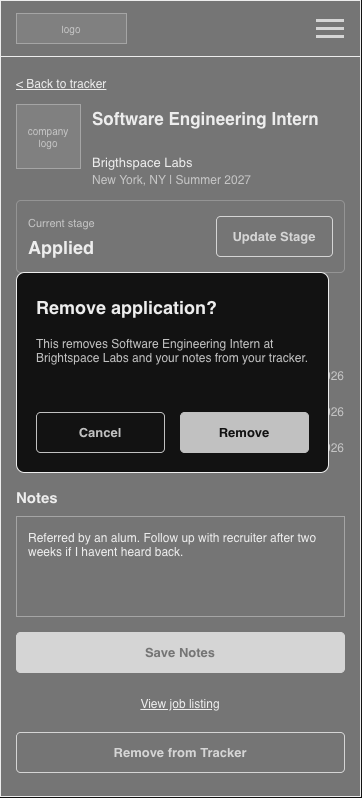
Before: ux-design/wireframes-18-application-details-remove.drawio.png, a diagram exported from draw.io (agile-students-fall2026/CareerHive). Source tidied: cells renumbered, new cells last; positions are measured from the earlier drawing's top-left corner, leaving out a move shared by most shapes. Its diagram source:
```xml
<mxGraphModel>
  <root>
    <mxCell id="0" />
    <mxCell id="1" parent="0" />
    <mxCell id="2" style="html=1;whiteSpace=wrap;fontFamily=Helvetica;rounded=0;fillColor=#FFFFFF;strokeColor=#000000;" parent="1" vertex="1">
      <mxGeometry width="360" height="796" as="geometry" />
    </mxCell>
    <mxCell id="3" value="logo" style="html=1;whiteSpace=wrap;fontFamily=Helvetica;rounded=0;fillColor=#E6E6E6;strokeColor=#999999;fontColor=#555555;fontSize=10;" parent="1" vertex="1">
      <mxGeometry x="16" y="13" width="110" height="30" as="geometry" />
    </mxCell>
    <mxCell id="4" style="html=1;whiteSpace=wrap;fontFamily=Helvetica;rounded=0;fillColor=#333333;strokeColor=none;" parent="1" vertex="1">
      <mxGeometry x="316" y="19" width="28" height="3" as="geometry" />
    </mxCell>
    <mxCell id="5" style="html=1;whiteSpace=wrap;fontFamily=Helvetica;rounded=0;fillColor=#333333;strokeColor=none;" parent="1" vertex="1">
      <mxGeometry x="316" y="27" width="28" height="3" as="geometry" />
    </mxCell>
    <mxCell id="6" style="html=1;whiteSpace=wrap;fontFamily=Helvetica;rounded=0;fillColor=#333333;strokeColor=none;" parent="1" vertex="1">
      <mxGeometry x="316" y="35" width="28" height="3" as="geometry" />
    </mxCell>
    <mxCell id="7" style="html=1;whiteSpace=wrap;fontFamily=Helvetica;fillColor=#000000;strokeColor=none;" parent="1" vertex="1">
      <mxGeometry y="56" width="360" height="1" as="geometry" />
    </mxCell>
    <mxCell id="8" value="&amp;lt; Back to tracker" style="html=1;whiteSpace=wrap;fontFamily=Helvetica;text;strokeColor=none;fillColor=none;spacing=0;overflow=visible;fontSize=12;fontStyle=4;fontColor=#000000;align=left;verticalAlign=top;" parent="1" vertex="1">
      <mxGeometry x="16" y="72" width="200" height="16" as="geometry" />
    </mxCell>
    <mxCell id="9" value="company logo" style="html=1;whiteSpace=wrap;fontFamily=Helvetica;rounded=0;fillColor=#E6E6E6;strokeColor=#999999;fontColor=#555555;fontSize=10;" parent="1" vertex="1">
      <mxGeometry x="16" y="104" width="64" height="64" as="geometry" />
    </mxCell>
    <mxCell id="10" value="Software Engineering Intern" style="html=1;whiteSpace=wrap;fontFamily=Helvetica;text;strokeColor=none;fillColor=none;spacing=0;overflow=visible;fontSize=17;fontStyle=1;fontColor=#000000;align=left;verticalAlign=top;" parent="1" vertex="1">
      <mxGeometry x="92" y="104" width="252" height="44" as="geometry" />
    </mxCell>
    <mxCell id="11" value="Brigthspace Labs" style="html=1;whiteSpace=wrap;fontFamily=Helvetica;text;strokeColor=none;fillColor=none;spacing=0;overflow=visible;fontSize=13;fontStyle=0;fontColor=#000000;align=left;verticalAlign=top;" parent="1" vertex="1">
      <mxGeometry x="92" y="150" width="252" height="16" as="geometry" />
    </mxCell>
    <mxCell id="12" value="New York, NY | Summer 2027" style="html=1;whiteSpace=wrap;fontFamily=Helvetica;text;strokeColor=none;fillColor=none;spacing=0;overflow=visible;fontSize=12;fontStyle=0;fontColor=#555555;align=left;verticalAlign=top;" parent="1" vertex="1">
      <mxGeometry x="92" y="168" width="252" height="16" as="geometry" />
    </mxCell>
    <mxCell id="13" style="html=1;whiteSpace=wrap;fontFamily=Helvetica;rounded=1;arcSize=6;absoluteArcSize=0;fillColor=#FFFFFF;strokeColor=#BBBBBB;" parent="1" vertex="1">
      <mxGeometry x="16" y="200" width="328" height="72" as="geometry" />
    </mxCell>
    <mxCell id="14" value="Current stage" style="html=1;whiteSpace=wrap;fontFamily=Helvetica;text;strokeColor=none;fillColor=none;spacing=0;overflow=visible;fontSize=11;fontStyle=0;fontColor=#555555;align=left;verticalAlign=top;" parent="1" vertex="1">
      <mxGeometry x="28" y="212" width="150" height="16" as="geometry" />
    </mxCell>
    <mxCell id="15" value="Applied" style="html=1;whiteSpace=wrap;fontFamily=Helvetica;text;strokeColor=none;fillColor=none;spacing=0;overflow=visible;fontSize=18;fontStyle=1;fontColor=#000000;align=left;verticalAlign=top;" parent="1" vertex="1">
      <mxGeometry x="28" y="232" width="150" height="24" as="geometry" />
    </mxCell>
    <mxCell id="16" value="Update Stage" style="html=1;whiteSpace=wrap;fontFamily=Helvetica;rounded=1;arcSize=10;fontSize=13;fontStyle=1;fillColor=#FFFFFF;strokeColor=#333333;fontColor=#333333;" parent="1" vertex="1">
      <mxGeometry x="216" y="216" width="116" height="40" as="geometry" />
    </mxCell>
    <mxCell id="17" value="Deadline" style="html=1;whiteSpace=wrap;fontFamily=Helvetica;text;strokeColor=none;fillColor=none;spacing=0;overflow=visible;fontSize=12;fontStyle=0;fontColor=#555555;align=left;verticalAlign=top;" parent="1" vertex="1">
      <mxGeometry x="16" y="292" width="100" height="16" as="geometry" />
    </mxCell>
    <mxCell id="18" value="Oct 28, 2026 | 11 days left" style="html=1;whiteSpace=wrap;fontFamily=Helvetica;text;strokeColor=none;fillColor=none;spacing=0;overflow=visible;fontSize=12;fontStyle=1;fontColor=#000000;align=left;verticalAlign=top;" parent="1" vertex="1">
      <mxGeometry x="124" y="292" width="220" height="16" as="geometry" />
    </mxCell>
    <mxCell id="19" value="Stage History" style="html=1;whiteSpace=wrap;fontFamily=Helvetica;text;strokeColor=none;fillColor=none;spacing=0;overflow=visible;fontSize=15;fontStyle=1;fontColor=#000000;align=left;verticalAlign=top;" parent="1" vertex="1">
      <mxGeometry x="16" y="332" width="328" height="20" as="geometry" />
    </mxCell>
    <mxCell id="20" style="html=1;whiteSpace=wrap;fontFamily=Helvetica;rounded=0;fillColor=#CCCCCC;strokeColor=none;" parent="1" vertex="1">
      <mxGeometry x="20" y="372" width="2" height="72" as="geometry" />
    </mxCell>
    <mxCell id="21" style="html=1;whiteSpace=wrap;fontFamily=Helvetica;ellipse;fillColor=#333333;strokeColor=none;" parent="1" vertex="1">
      <mxGeometry x="16" y="368" width="10" height="10" as="geometry" />
    </mxCell>
    <mxCell id="22" value="Applied" style="html=1;whiteSpace=wrap;fontFamily=Helvetica;text;strokeColor=none;fillColor=none;spacing=0;overflow=visible;fontSize=13;fontStyle=1;fontColor=#000000;align=left;verticalAlign=top;" parent="1" vertex="1">
      <mxGeometry x="38" y="364" width="150" height="18" as="geometry" />
    </mxCell>
    <mxCell id="23" value="Oct 10, 2026" style="html=1;whiteSpace=wrap;fontFamily=Helvetica;text;strokeColor=none;fillColor=none;spacing=0;overflow=visible;fontSize=12;fontStyle=0;fontColor=#555555;align=right;verticalAlign=top;" parent="1" vertex="1">
      <mxGeometry x="224" y="364" width="120" height="18" as="geometry" />
    </mxCell>
    <mxCell id="24" style="html=1;whiteSpace=wrap;fontFamily=Helvetica;ellipse;fillColor=#333333;strokeColor=none;" parent="1" vertex="1">
      <mxGeometry x="16" y="404" width="10" height="10" as="geometry" />
    </mxCell>
    <mxCell id="25" value="Preparing" style="html=1;whiteSpace=wrap;fontFamily=Helvetica;text;strokeColor=none;fillColor=none;spacing=0;overflow=visible;fontSize=13;fontStyle=1;fontColor=#000000;align=left;verticalAlign=top;" parent="1" vertex="1">
      <mxGeometry x="38" y="400" width="150" height="18" as="geometry" />
    </mxCell>
    <mxCell id="26" value="Oct 5, 2026" style="html=1;whiteSpace=wrap;fontFamily=Helvetica;text;strokeColor=none;fillColor=none;spacing=0;overflow=visible;fontSize=12;fontStyle=0;fontColor=#555555;align=right;verticalAlign=top;" parent="1" vertex="1">
      <mxGeometry x="224" y="400" width="120" height="18" as="geometry" />
    </mxCell>
    <mxCell id="27" style="html=1;whiteSpace=wrap;fontFamily=Helvetica;ellipse;fillColor=#333333;strokeColor=none;" parent="1" vertex="1">
      <mxGeometry x="16" y="440" width="10" height="10" as="geometry" />
    </mxCell>
    <mxCell id="28" value="Saved" style="html=1;whiteSpace=wrap;fontFamily=Helvetica;text;strokeColor=none;fillColor=none;spacing=0;overflow=visible;fontSize=13;fontStyle=1;fontColor=#000000;align=left;verticalAlign=top;" parent="1" vertex="1">
      <mxGeometry x="38" y="436" width="150" height="18" as="geometry" />
    </mxCell>
    <mxCell id="29" value="Oct 2, 2026" style="html=1;whiteSpace=wrap;fontFamily=Helvetica;text;strokeColor=none;fillColor=none;spacing=0;overflow=visible;fontSize=12;fontStyle=0;fontColor=#555555;align=right;verticalAlign=top;" parent="1" vertex="1">
      <mxGeometry x="224" y="436" width="120" height="18" as="geometry" />
    </mxCell>
    <mxCell id="30" value="Notes" style="html=1;whiteSpace=wrap;fontFamily=Helvetica;text;strokeColor=none;fillColor=none;spacing=0;overflow=visible;fontSize=15;fontStyle=1;fontColor=#000000;align=left;verticalAlign=top;" parent="1" vertex="1">
      <mxGeometry x="16" y="484" width="328" height="20" as="geometry" />
    </mxCell>
    <mxCell id="31" value="Referred by an alum. Follow up with recruiter after two weeks if I havent heard back." style="html=1;whiteSpace=wrap;fontFamily=Helvetica;rounded=0;fillColor=#FFFFFF;strokeColor=#999999;align=left;verticalAlign=top;spacingLeft=10;spacingTop=8;spacingRight=10;fontSize=12;fontColor=#000000;" parent="1" vertex="1">
      <mxGeometry x="16" y="516" width="328" height="100" as="geometry" />
    </mxCell>
    <mxCell id="32" value="Save Notes" style="html=1;whiteSpace=wrap;fontFamily=Helvetica;rounded=1;arcSize=10;fontSize=13;fontStyle=1;fillColor=#333333;strokeColor=#333333;fontColor=#FFFFFF;" parent="1" vertex="1">
      <mxGeometry x="16" y="632" width="328" height="40" as="geometry" />
    </mxCell>
    <mxCell id="33" value="View job listing" style="html=1;whiteSpace=wrap;fontFamily=Helvetica;text;strokeColor=none;fillColor=none;spacing=0;overflow=visible;fontSize=12;fontStyle=4;fontColor=#000000;align=center;verticalAlign=top;" parent="1" vertex="1">
      <mxGeometry x="16" y="692" width="328" height="18" as="geometry" />
    </mxCell>
    <mxCell id="34" value="Remove from Tracker" style="html=1;whiteSpace=wrap;fontFamily=Helvetica;rounded=1;arcSize=10;fontSize=13;fontStyle=1;fillColor=#FFFFFF;strokeColor=#333333;fontColor=#333333;" parent="1" vertex="1">
      <mxGeometry x="16" y="732" width="328" height="40" as="geometry" />
    </mxCell>
    <mxCell id="35" style="html=1;whiteSpace=wrap;fontFamily=Helvetica;rounded=0;fillColor=#000000;strokeColor=none;opacity=45;" parent="1" vertex="1">
      <mxGeometry width="360" height="796" as="geometry" />
    </mxCell>
    <mxCell id="36" style="group;" parent="1" vertex="1">
      <mxGeometry x="16" y="272" width="312" height="200" as="geometry" />
    </mxCell>
    <mxCell id="37" style="html=1;whiteSpace=wrap;fontFamily=Helvetica;rounded=1;arcSize=4;fillColor=#FFFFFF;strokeColor=#000000;" parent="36" vertex="1">
      <mxGeometry width="312" height="200" as="geometry" />
    </mxCell>
    <mxCell id="38" value="Remove application?" style="html=1;whiteSpace=wrap;fontFamily=Helvetica;text;strokeColor=none;fillColor=none;spacing=0;overflow=visible;fontSize=18;fontStyle=1;fontColor=#000000;align=left;verticalAlign=top;" parent="36" vertex="1">
      <mxGeometry x="20" y="20" width="212" height="24" as="geometry" />
    </mxCell>
    <mxCell id="39" value="This removes Software Engineering Intern at Brightspace Labs and your notes from your tracker." style="html=1;whiteSpace=wrap;fontFamily=Helvetica;text;strokeColor=none;fillColor=none;spacing=0;overflow=visible;fontSize=12;fontStyle=0;fontColor=#333333;align=left;verticalAlign=top;" parent="36" vertex="1">
      <mxGeometry x="20" y="60" width="272" height="54" as="geometry" />
    </mxCell>
    <mxCell id="40" value="Cancel" style="html=1;whiteSpace=wrap;fontFamily=Helvetica;rounded=1;arcSize=10;fontSize=13;fontStyle=1;fillColor=#FFFFFF;strokeColor=#333333;fontColor=#333333;" parent="36" vertex="1">
      <mxGeometry x="20" y="140" width="128" height="40" as="geometry" />
    </mxCell>
    <mxCell id="41" value="Remove" style="html=1;whiteSpace=wrap;fontFamily=Helvetica;rounded=1;arcSize=10;fontSize=13;fontStyle=1;fillColor=#333333;strokeColor=#333333;fontColor=#FFFFFF;" parent="36" vertex="1">
      <mxGeometry x="164" y="140" width="128" height="40" as="geometry" />
    </mxCell>
  </root>
</mxGraphModel>
```
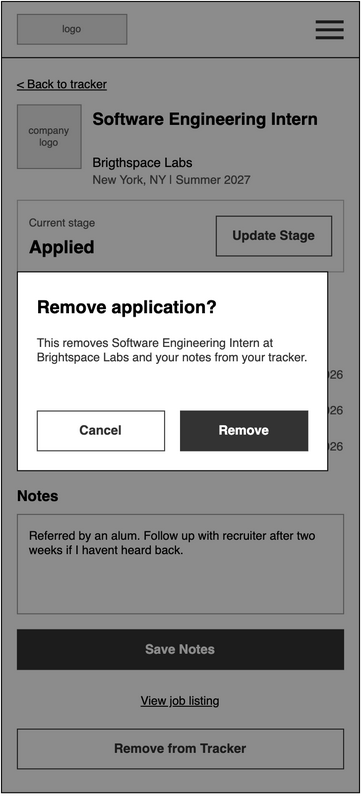
After the change.

What changed in the source:
```diff
@@ -35,7 +35,7 @@
     <mxCell id="12" value="New York, NY | Summer 2027" style="html=1;whiteSpace=wrap;fontFamily=Helvetica;text;strokeColor=none;fillColor=none;spacing=0;overflow=visible;fontSize=12;fontStyle=0;fontColor=#555555;align=left;verticalAlign=top;" parent="1" vertex="1">
       <mxGeometry x="92" y="168" width="252" height="16" as="geometry" />
     </mxCell>
-    <mxCell id="13" style="html=1;whiteSpace=wrap;fontFamily=Helvetica;rounded=1;arcSize=6;absoluteArcSize=0;fillColor=#FFFFFF;strokeColor=#BBBBBB;" parent="1" vertex="1">
+    <mxCell id="13" style="html=1;whiteSpace=wrap;fontFamily=Helvetica;rounded=0;arcSize=0;absoluteArcSize=0;fillColor=#FFFFFF;strokeColor=#BBBBBB;" parent="1" vertex="1">
       <mxGeometry x="16" y="200" width="328" height="72" as="geometry" />
     </mxCell>
     <mxCell id="14" value="Current stage" style="html=1;whiteSpace=wrap;fontFamily=Helvetica;text;strokeColor=none;fillColor=none;spacing=0;overflow=visible;fontSize=11;fontStyle=0;fontColor=#555555;align=left;verticalAlign=top;" parent="1" vertex="1">
@@ -44,7 +44,7 @@
     <mxCell id="15" value="Applied" style="html=1;whiteSpace=wrap;fontFamily=Helvetica;text;strokeColor=none;fillColor=none;spacing=0;overflow=visible;fontSize=18;fontStyle=1;fontColor=#000000;align=left;verticalAlign=top;" parent="1" vertex="1">
       <mxGeometry x="28" y="232" width="150" height="24" as="geometry" />
     </mxCell>
-    <mxCell id="16" value="Update Stage" style="html=1;whiteSpace=wrap;fontFamily=Helvetica;rounded=1;arcSize=10;fontSize=13;fontStyle=1;fillColor=#FFFFFF;strokeColor=#333333;fontColor=#333333;" parent="1" vertex="1">
+    <mxCell id="16" value="Update Stage" style="html=1;whiteSpace=wrap;fontFamily=Helvetica;rounded=0;arcSize=0;fontSize=13;fontStyle=1;fillColor=#FFFFFF;strokeColor=#333333;fontColor=#333333;" parent="1" vertex="1">
       <mxGeometry x="216" y="216" width="116" height="40" as="geometry" />
     </mxCell>
     <mxCell id="17" value="Deadline" style="html=1;whiteSpace=wrap;fontFamily=Helvetica;text;strokeColor=none;fillColor=none;spacing=0;overflow=visible;fontSize=12;fontStyle=0;fontColor=#555555;align=left;verticalAlign=top;" parent="1" vertex="1">
@@ -59,7 +59,7 @@
     <mxCell id="20" style="html=1;whiteSpace=wrap;fontFamily=Helvetica;rounded=0;fillColor=#CCCCCC;strokeColor=none;" parent="1" vertex="1">
       <mxGeometry x="20" y="372" width="2" height="72" as="geometry" />
     </mxCell>
-    <mxCell id="21" style="html=1;whiteSpace=wrap;fontFamily=Helvetica;ellipse;fillColor=#333333;strokeColor=none;" parent="1" vertex="1">
+    <mxCell id="21" style="html=1;whiteSpace=wrap;fontFamily=Helvetica;shape=rectangle;rounded=0;fillColor=#333333;strokeColor=none;" parent="1" vertex="1">
       <mxGeometry x="16" y="368" width="10" height="10" as="geometry" />
     </mxCell>
     <mxCell id="22" value="Applied" style="html=1;whiteSpace=wrap;fontFamily=Helvetica;text;strokeColor=none;fillColor=none;spacing=0;overflow=visible;fontSize=13;fontStyle=1;fontColor=#000000;align=left;verticalAlign=top;" parent="1" vertex="1">
@@ -68,7 +68,7 @@
     <mxCell id="23" value="Oct 10, 2026" style="html=1;whiteSpace=wrap;fontFamily=Helvetica;text;strokeColor=none;fillColor=none;spacing=0;overflow=visible;fontSize=12;fontStyle=0;fontColor=#555555;align=right;verticalAlign=top;" parent="1" vertex="1">
       <mxGeometry x="224" y="364" width="120" height="18" as="geometry" />
     </mxCell>
-    <mxCell id="24" style="html=1;whiteSpace=wrap;fontFamily=Helvetica;ellipse;fillColor=#333333;strokeColor=none;" parent="1" vertex="1">
+    <mxCell id="24" style="html=1;whiteSpace=wrap;fontFamily=Helvetica;shape=rectangle;rounded=0;fillColor=#333333;strokeColor=none;" parent="1" vertex="1">
       <mxGeometry x="16" y="404" width="10" height="10" as="geometry" />
     </mxCell>
     <mxCell id="25" value="Preparing" style="html=1;whiteSpace=wrap;fontFamily=Helvetica;text;strokeColor=none;fillColor=none;spacing=0;overflow=visible;fontSize=13;fontStyle=1;fontColor=#000000;align=left;verticalAlign=top;" parent="1" vertex="1">
@@ -77,7 +77,7 @@
     <mxCell id="26" value="Oct 5, 2026" style="html=1;whiteSpace=wrap;fontFamily=Helvetica;text;strokeColor=none;fillColor=none;spacing=0;overflow=visible;fontSize=12;fontStyle=0;fontColor=#555555;align=right;verticalAlign=top;" parent="1" vertex="1">
       <mxGeometry x="224" y="400" width="120" height="18" as="geometry" />
     </mxCell>
-    <mxCell id="27" style="html=1;whiteSpace=wrap;fontFamily=Helvetica;ellipse;fillColor=#333333;strokeColor=none;" parent="1" vertex="1">
+    <mxCell id="27" style="html=1;whiteSpace=wrap;fontFamily=Helvetica;shape=rectangle;rounded=0;fillColor=#333333;strokeColor=none;" parent="1" vertex="1">
       <mxGeometry x="16" y="440" width="10" height="10" as="geometry" />
     </mxCell>
     <mxCell id="28" value="Saved" style="html=1;whiteSpace=wrap;fontFamily=Helvetica;text;strokeColor=none;fillColor=none;spacing=0;overflow=visible;fontSize=13;fontStyle=1;fontColor=#000000;align=left;verticalAlign=top;" parent="1" vertex="1">
@@ -92,22 +92,22 @@
     <mxCell id="31" value="Referred by an alum. Follow up with recruiter after two weeks if I havent heard back." style="html=1;whiteSpace=wrap;fontFamily=Helvetica;rounded=0;fillColor=#FFFFFF;strokeColor=#999999;align=left;verticalAlign=top;spacingLeft=10;spacingTop=8;spacingRight=10;fontSize=12;fontColor=#000000;" parent="1" vertex="1">
       <mxGeometry x="16" y="516" width="328" height="100" as="geometry" />
     </mxCell>
-    <mxCell id="32" value="Save Notes" style="html=1;whiteSpace=wrap;fontFamily=Helvetica;rounded=1;arcSize=10;fontSize=13;fontStyle=1;fillColor=#333333;strokeColor=#333333;fontColor=#FFFFFF;" parent="1" vertex="1">
+    <mxCell id="32" value="Save Notes" style="html=1;whiteSpace=wrap;fontFamily=Helvetica;rounded=0;arcSize=0;fontSize=13;fontStyle=1;fillColor=#333333;strokeColor=#333333;fontColor=#FFFFFF;" parent="1" vertex="1">
       <mxGeometry x="16" y="632" width="328" height="40" as="geometry" />
     </mxCell>
     <mxCell id="33" value="View job listing" style="html=1;whiteSpace=wrap;fontFamily=Helvetica;text;strokeColor=none;fillColor=none;spacing=0;overflow=visible;fontSize=12;fontStyle=4;fontColor=#000000;align=center;verticalAlign=top;" parent="1" vertex="1">
       <mxGeometry x="16" y="692" width="328" height="18" as="geometry" />
     </mxCell>
-    <mxCell id="34" value="Remove from Tracker" style="html=1;whiteSpace=wrap;fontFamily=Helvetica;rounded=1;arcSize=10;fontSize=13;fontStyle=1;fillColor=#FFFFFF;strokeColor=#333333;fontColor=#333333;" parent="1" vertex="1">
+    <mxCell id="34" value="Remove from Tracker" style="html=1;whiteSpace=wrap;fontFamily=Helvetica;rounded=0;arcSize=0;fontSize=13;fontStyle=1;fillColor=#FFFFFF;strokeColor=#333333;fontColor=#333333;" parent="1" vertex="1">
       <mxGeometry x="16" y="732" width="328" height="40" as="geometry" />
     </mxCell>
     <mxCell id="35" style="html=1;whiteSpace=wrap;fontFamily=Helvetica;rounded=0;fillColor=#000000;strokeColor=none;opacity=45;" parent="1" vertex="1">
       <mxGeometry width="360" height="796" as="geometry" />
     </mxCell>
-    <mxCell id="36" style="group;" parent="1" vertex="1">
+    <mxCell id="36" style="group;rounded=0;" parent="1" vertex="1">
       <mxGeometry x="16" y="272" width="312" height="200" as="geometry" />
     </mxCell>
-    <mxCell id="37" style="html=1;whiteSpace=wrap;fontFamily=Helvetica;rounded=1;arcSize=4;fillColor=#FFFFFF;strokeColor=#000000;" parent="36" vertex="1">
+    <mxCell id="37" style="html=1;whiteSpace=wrap;fontFamily=Helvetica;rounded=0;arcSize=0;fillColor=#FFFFFF;strokeColor=#000000;" parent="36" vertex="1">
       <mxGeometry width="312" height="200" as="geometry" />
     </mxCell>
     <mxCell id="38" value="Remove application?" style="html=1;whiteSpace=wrap;fontFamily=Helvetica;text;strokeColor=none;fillColor=none;spacing=0;overflow=visible;fontSize=18;fontStyle=1;fontColor=#000000;align=left;verticalAlign=top;" parent="36" vertex="1">
@@ -116,10 +116,10 @@
     <mxCell id="39" value="This removes Software Engineering Intern at Brightspace Labs and your notes from your tracker." style="html=1;whiteSpace=wrap;fontFamily=Helvetica;text;strokeColor=none;fillColor=none;spacing=0;overflow=visible;fontSize=12;fontStyle=0;fontColor=#333333;align=left;verticalAlign=top;" parent="36" vertex="1">
       <mxGeometry x="20" y="60" width="272" height="54" as="geometry" />
     </mxCell>
-    <mxCell id="40" value="Cancel" style="html=1;whiteSpace=wrap;fontFamily=Helvetica;rounded=1;arcSize=10;fontSize=13;fontStyle=1;fillColor=#FFFFFF;strokeColor=#333333;fontColor=#333333;" parent="36" vertex="1">
+    <mxCell id="40" value="Cancel" style="html=1;whiteSpace=wrap;fontFamily=Helvetica;rounded=0;arcSize=0;fontSize=13;fontStyle=1;fillColor=#FFFFFF;strokeColor=#333333;fontColor=#333333;" parent="36" vertex="1">
       <mxGeometry x="20" y="140" width="128" height="40" as="geometry" />
     </mxCell>
-    <mxCell id="41" value="Remove" style="html=1;whiteSpace=wrap;fontFamily=Helvetica;rounded=1;arcSize=10;fontSize=13;fontStyle=1;fillColor=#333333;strokeColor=#333333;fontColor=#FFFFFF;" parent="36" vertex="1">
+    <mxCell id="41" value="Remove" style="html=1;whiteSpace=wrap;fontFamily=Helvetica;rounded=0;arcSize=0;fontSize=13;fontStyle=1;fillColor=#333333;strokeColor=#333333;fontColor=#FFFFFF;" parent="36" vertex="1">
       <mxGeometry x="164" y="140" width="128" height="40" as="geometry" />
     </mxCell>
   </root>
```
